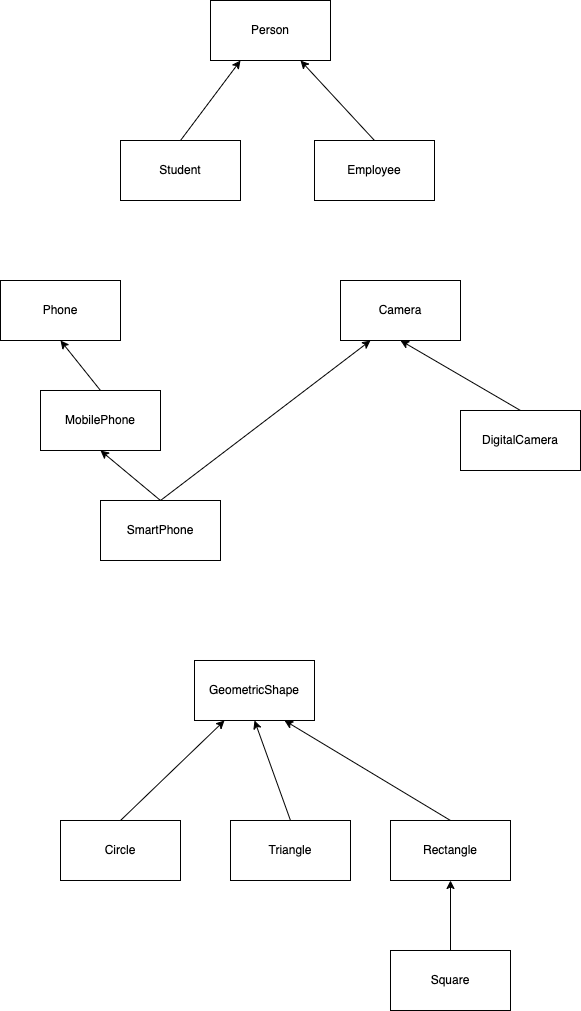
The draw.io diagram examples/concepts.dio.png in vinod-kayartaya/target-python-may-2024, before a commit. Source tidied: cells renumbered, new cells last; positions are measured from the earlier drawing's top-left corner, leaving out a move shared by most shapes.
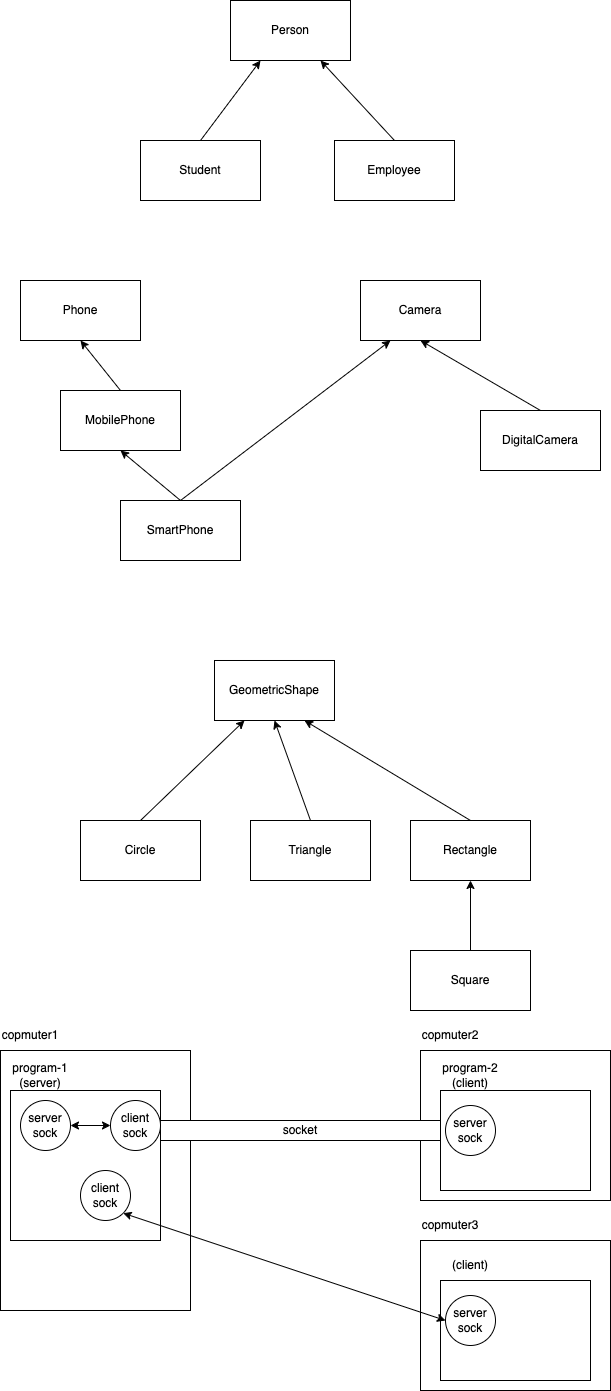
The same diagram one commit later.

The edit, as a diff of the source:
```diff
@@ -71,5 +71,65 @@
     <mxCell id="24" value="Square" style="rounded=0;whiteSpace=wrap;html=1;" parent="1" vertex="1">
       <mxGeometry x="390" y="950" width="120" height="60" as="geometry" />
     </mxCell>
+    <mxCell id="25" style="rounded=0;whiteSpace=wrap;html=1;" parent="1" vertex="1">
+      <mxGeometry x="-20" y="1050" width="190" height="260" as="geometry" />
+    </mxCell>
+    <mxCell id="26" value="copmuter1" style="text;html=1;strokeColor=none;fillColor=none;align=center;verticalAlign=middle;whiteSpace=wrap;rounded=0;" parent="1" vertex="1">
+      <mxGeometry x="-20" y="1020" width="60" height="30" as="geometry" />
+    </mxCell>
+    <mxCell id="27" value="copmuter2" style="text;html=1;strokeColor=none;fillColor=none;align=center;verticalAlign=middle;whiteSpace=wrap;rounded=0;" parent="1" vertex="1">
+      <mxGeometry x="400" y="1020" width="60" height="30" as="geometry" />
+    </mxCell>
+    <mxCell id="28" style="rounded=0;whiteSpace=wrap;html=1;" parent="1" vertex="1">
+      <mxGeometry x="400" y="1050" width="190" height="150" as="geometry" />
+    </mxCell>
+    <mxCell id="29" style="rounded=0;whiteSpace=wrap;html=1;" parent="1" vertex="1">
+      <mxGeometry x="-10" y="1090" width="150" height="150" as="geometry" />
+    </mxCell>
+    <mxCell id="30" value="program-1&lt;br&gt;(server)" style="text;html=1;strokeColor=none;fillColor=none;align=center;verticalAlign=middle;whiteSpace=wrap;rounded=0;" parent="1" vertex="1">
+      <mxGeometry x="-10" y="1060" width="60" height="30" as="geometry" />
+    </mxCell>
+    <mxCell id="31" style="rounded=0;whiteSpace=wrap;html=1;" parent="1" vertex="1">
+      <mxGeometry x="420" y="1090" width="150" height="100" as="geometry" />
+    </mxCell>
+    <mxCell id="32" value="program-2&lt;br&gt;(client)" style="text;html=1;strokeColor=none;fillColor=none;align=center;verticalAlign=middle;whiteSpace=wrap;rounded=0;" parent="1" vertex="1">
+      <mxGeometry x="420" y="1060" width="60" height="30" as="geometry" />
+    </mxCell>
+    <mxCell id="33" value="socket" style="rounded=0;whiteSpace=wrap;html=1;" parent="1" vertex="1">
+      <mxGeometry x="140" y="1120" width="280" height="20" as="geometry" />
+    </mxCell>
+    <mxCell id="34" value="server&lt;br&gt;sock" style="ellipse;whiteSpace=wrap;html=1;" parent="1" vertex="1">
+      <mxGeometry y="1100" width="50" height="50" as="geometry" />
+    </mxCell>
+    <mxCell id="35" style="edgeStyle=none;html=1;exitX=0;exitY=0.5;exitDx=0;exitDy=0;entryX=1;entryY=0.5;entryDx=0;entryDy=0;startArrow=classic;startFill=1;" parent="1" edge="1" source="36" target="34">
+      <mxGeometry relative="1" as="geometry" />
+    </mxCell>
+    <mxCell id="36" value="client&lt;br&gt;sock" style="ellipse;whiteSpace=wrap;html=1;" parent="1" vertex="1">
+      <mxGeometry x="90" y="1100" width="50" height="50" as="geometry" />
+    </mxCell>
+    <mxCell id="37" value="server&lt;br&gt;sock" style="ellipse;whiteSpace=wrap;html=1;" parent="1" vertex="1">
+      <mxGeometry x="425" y="1105" width="50" height="50" as="geometry" />
+    </mxCell>
+    <mxCell id="38" value="copmuter3" style="text;html=1;strokeColor=none;fillColor=none;align=center;verticalAlign=middle;whiteSpace=wrap;rounded=0;" parent="1" vertex="1">
+      <mxGeometry x="400" y="1210" width="60" height="30" as="geometry" />
+    </mxCell>
+    <mxCell id="39" style="rounded=0;whiteSpace=wrap;html=1;" parent="1" vertex="1">
+      <mxGeometry x="400" y="1240" width="190" height="150" as="geometry" />
+    </mxCell>
+    <mxCell id="40" style="rounded=0;whiteSpace=wrap;html=1;" parent="1" vertex="1">
+      <mxGeometry x="420" y="1280" width="150" height="100" as="geometry" />
+    </mxCell>
+    <mxCell id="41" value="(client)" style="text;html=1;strokeColor=none;fillColor=none;align=center;verticalAlign=middle;whiteSpace=wrap;rounded=0;" parent="1" vertex="1">
+      <mxGeometry x="420" y="1250" width="60" height="30" as="geometry" />
+    </mxCell>
+    <mxCell id="42" style="edgeStyle=none;html=1;exitX=0;exitY=0.5;exitDx=0;exitDy=0;entryX=1;entryY=1;entryDx=0;entryDy=0;startArrow=classic;startFill=1;" parent="1" edge="1" source="43" target="44">
+      <mxGeometry relative="1" as="geometry" />
+    </mxCell>
+    <mxCell id="43" value="server&lt;br&gt;sock" style="ellipse;whiteSpace=wrap;html=1;" parent="1" vertex="1">
+      <mxGeometry x="425" y="1295" width="50" height="50" as="geometry" />
+    </mxCell>
+    <mxCell id="44" value="client&lt;br&gt;sock" style="ellipse;whiteSpace=wrap;html=1;" parent="1" vertex="1">
+      <mxGeometry x="60" y="1170" width="50" height="50" as="geometry" />
+    </mxCell>
   </root>
 </mxGraphModel>
```
